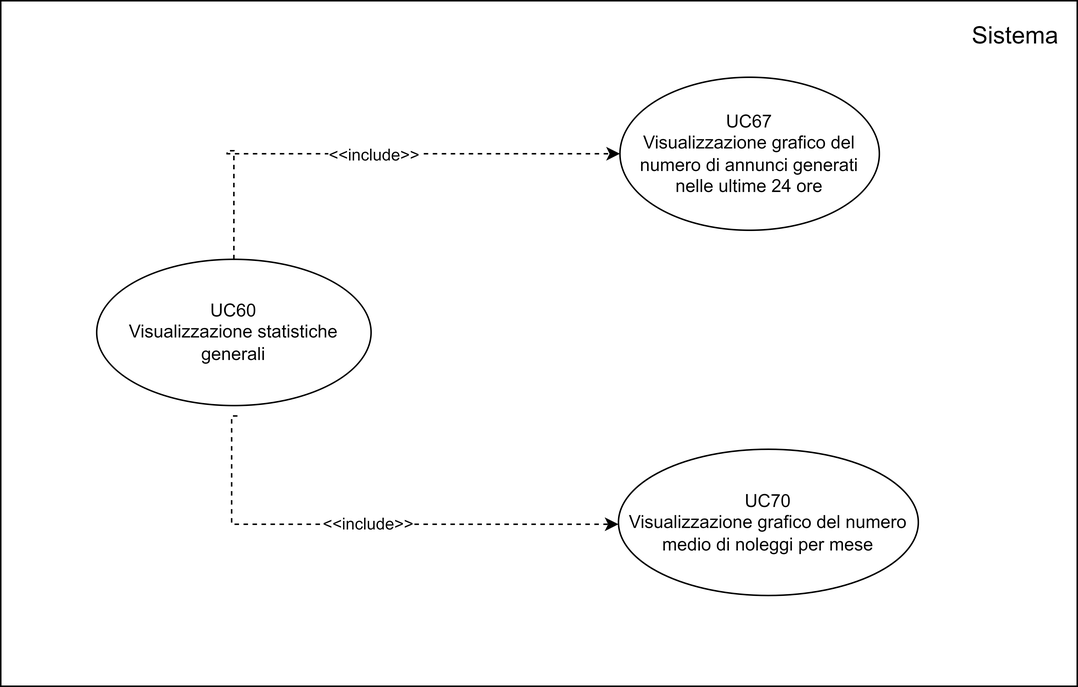
SWEatUNIPD/docs keeps this draw.io diagram as assets/use_cases/UC59-60-61.png. Above is the earlier version. Source tidied: cells renumbered, new cells last; positions are measured from the earlier drawing's top-left corner, leaving out a move shared by most shapes. Its diagram source:
```xml
<mxGraphModel>
  <root>
    <mxCell id="0" />
    <mxCell id="1" parent="0" />
    <mxCell id="2" style="rounded=0;whiteSpace=wrap;html=1;fillColor=none;" parent="1" vertex="1">
      <mxGeometry width="718" height="457" as="geometry" />
    </mxCell>
    <mxCell id="3" value="UC70&lt;div&gt;Visualizzazione grafico del numero medio di noleggi per mese&lt;/div&gt;" style="ellipse;whiteSpace=wrap;html=1;fillColor=none;" parent="1" vertex="1">
      <mxGeometry x="412" y="299" width="200" height="97.5" as="geometry" />
    </mxCell>
    <mxCell id="4" value="&amp;lt;&amp;lt;include&amp;gt;&amp;gt;" style="edgeStyle=orthogonalEdgeStyle;rounded=0;jettySize=auto;html=1;dashed=1;exitX=0.513;exitY=1.071;exitDx=0;exitDy=0;exitPerimeter=0;" parent="1" edge="1" source="8" target="3">
      <mxGeometry relative="1" as="geometry">
        <Array as="points">
          <mxPoint x="154" y="349" />
        </Array>
      </mxGeometry>
    </mxCell>
    <mxCell id="5" value="UC67&lt;div&gt;Visualizzazione grafico del numero di annunci generati nelle ultime 24 ore&lt;/div&gt;" style="ellipse;whiteSpace=wrap;html=1;fillColor=none;" parent="1" vertex="1">
      <mxGeometry x="413" y="51" width="173" height="102" as="geometry" />
    </mxCell>
    <mxCell id="6" style="edgeStyle=orthogonalEdgeStyle;rounded=0;jettySize=auto;html=1;exitX=0.5;exitY=0;exitDx=0;exitDy=0;entryX=0;entryY=0.5;entryDx=0;entryDy=0;dashed=1;" parent="1" edge="1" source="8" target="5">
      <mxGeometry relative="1" as="geometry">
        <Array as="points">
          <mxPoint x="151" y="100" />
        </Array>
      </mxGeometry>
    </mxCell>
    <mxCell id="7" value="&amp;lt;&amp;lt;include&amp;gt;&amp;gt;" style="edgeLabel;html=1;align=center;verticalAlign=middle;" parent="6" vertex="1">
      <mxGeometry x="-0.21" y="2" relative="1" as="geometry">
        <mxPoint x="41" y="2" as="offset" />
      </mxGeometry>
    </mxCell>
    <mxCell id="8" value="UC60&lt;div&gt;Visualizzazione statistiche generali&lt;/div&gt;" style="ellipse;whiteSpace=wrap;html=1;fillColor=none;" parent="1" vertex="1">
      <mxGeometry x="64" y="172.4" width="183" height="97.5" as="geometry" />
    </mxCell>
    <mxCell id="9" value="Sistema" style="text;html=1;align=center;verticalAlign=middle;whiteSpace=wrap;rounded=0;fontSize=16;" parent="1" vertex="1">
      <mxGeometry x="641" y="8" width="72" height="30" as="geometry" />
    </mxCell>
  </root>
</mxGraphModel>
```
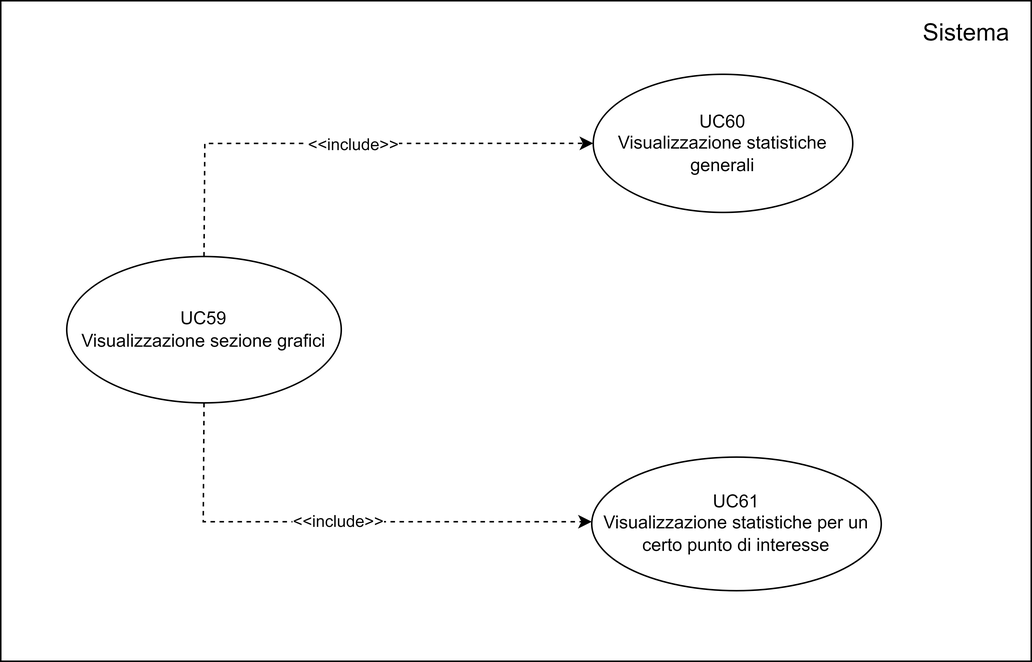
Later version of the same file.

What changed in the source:
```diff
@@ -3,25 +3,28 @@
     <mxCell id="0" />
     <mxCell id="1" parent="0" />
     <mxCell id="2" style="rounded=0;whiteSpace=wrap;html=1;fillColor=none;" parent="1" vertex="1">
-      <mxGeometry width="718" height="457" as="geometry" />
+      <mxGeometry x="18" y="2" width="687" height="440" as="geometry" />
     </mxCell>
-    <mxCell id="3" value="UC70&lt;div&gt;Visualizzazione grafico del numero medio di noleggi per mese&lt;/div&gt;" style="ellipse;whiteSpace=wrap;html=1;fillColor=none;" parent="1" vertex="1">
-      <mxGeometry x="412" y="299" width="200" height="97.5" as="geometry" />
+    <mxCell id="3" value="UC61&lt;div&gt;Visualizzazione statistiche per un certo punto di interesse&lt;/div&gt;" style="ellipse;whiteSpace=wrap;html=1;fillColor=none;" parent="1" vertex="1">
+      <mxGeometry x="412" y="306" width="193" height="89" as="geometry" />
     </mxCell>
-    <mxCell id="4" value="&amp;lt;&amp;lt;include&amp;gt;&amp;gt;" style="edgeStyle=orthogonalEdgeStyle;rounded=0;jettySize=auto;html=1;dashed=1;exitX=0.513;exitY=1.071;exitDx=0;exitDy=0;exitPerimeter=0;" parent="1" edge="1" source="8" target="3">
+    <mxCell id="4" value="&amp;lt;&amp;lt;include&amp;gt;&amp;gt;" style="edgeStyle=orthogonalEdgeStyle;rounded=0;jettySize=auto;html=1;dashed=1;exitX=0.5;exitY=1;exitDx=0;exitDy=0;" parent="1" edge="1" source="8" target="3">
       <mxGeometry relative="1" as="geometry">
         <Array as="points">
-          <mxPoint x="154" y="349" />
+          <mxPoint x="153" y="277" />
+          <mxPoint x="153" y="277" />
+          <mxPoint x="153" y="349" />
         </Array>
       </mxGeometry>
     </mxCell>
-    <mxCell id="5" value="UC67&lt;div&gt;Visualizzazione grafico del numero di annunci generati nelle ultime 24 ore&lt;/div&gt;" style="ellipse;whiteSpace=wrap;html=1;fillColor=none;" parent="1" vertex="1">
-      <mxGeometry x="413" y="51" width="173" height="102" as="geometry" />
+    <mxCell id="5" value="UC60&lt;div&gt;Visualizzazione statistiche generali&lt;/div&gt;" style="ellipse;whiteSpace=wrap;html=1;fillColor=none;" parent="1" vertex="1">
+      <mxGeometry x="413" y="51" width="173" height="92" as="geometry" />
     </mxCell>
     <mxCell id="6" style="edgeStyle=orthogonalEdgeStyle;rounded=0;jettySize=auto;html=1;exitX=0.5;exitY=0;exitDx=0;exitDy=0;entryX=0;entryY=0.5;entryDx=0;entryDy=0;dashed=1;" parent="1" edge="1" source="8" target="5">
       <mxGeometry relative="1" as="geometry">
         <Array as="points">
-          <mxPoint x="151" y="100" />
+          <mxPoint x="154" y="172" />
+          <mxPoint x="154" y="102" />
         </Array>
       </mxGeometry>
     </mxCell>
@@ -30,11 +33,11 @@
         <mxPoint x="41" y="2" as="offset" />
       </mxGeometry>
     </mxCell>
-    <mxCell id="8" value="UC60&lt;div&gt;Visualizzazione statistiche generali&lt;/div&gt;" style="ellipse;whiteSpace=wrap;html=1;fillColor=none;" parent="1" vertex="1">
-      <mxGeometry x="64" y="172.4" width="183" height="97.5" as="geometry" />
+    <mxCell id="8" value="UC59&lt;div&gt;Visualizzazione sezione grafici&lt;/div&gt;" style="ellipse;whiteSpace=wrap;html=1;fillColor=none;" parent="1" vertex="1">
+      <mxGeometry x="62" y="172.4" width="183" height="97.5" as="geometry" />
     </mxCell>
     <mxCell id="9" value="Sistema" style="text;html=1;align=center;verticalAlign=middle;whiteSpace=wrap;rounded=0;fontSize=16;" parent="1" vertex="1">
-      <mxGeometry x="641" y="8" width="72" height="30" as="geometry" />
+      <mxGeometry x="626" y="8" width="72" height="30" as="geometry" />
     </mxCell>
   </root>
 </mxGraphModel>
```
